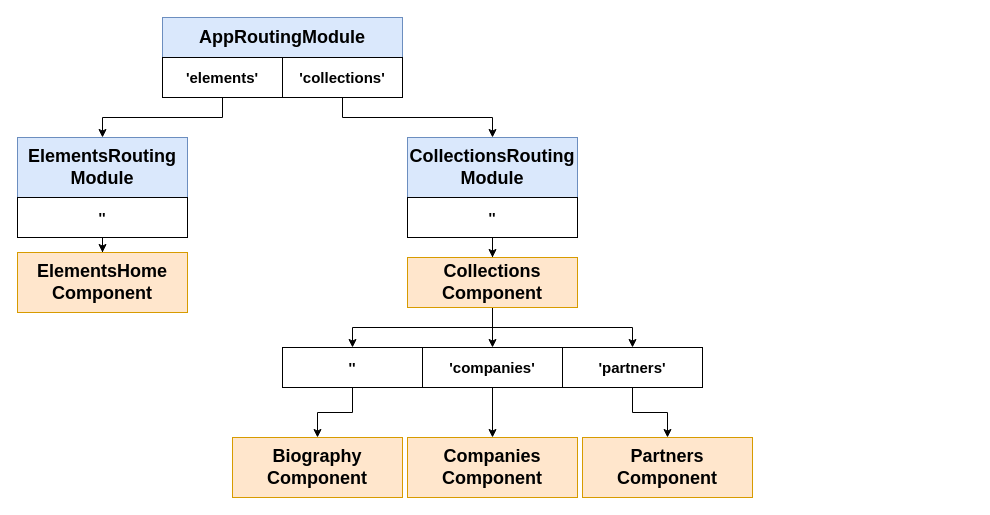
The draw.io diagram page "11 - router" (7 of 12) of diagrams/comps/diagrams-collections.drawio in StephenGrider/ng-casts, before the edit. Source tidied: cells renumbered, new cells numbered last; positions are measured from the earlier drawing's top-left corner, leaving out a move shared by most shapes. Both pictures are drawn from the tidied source at 100%, with x=0, y=0 at pixel (17, 17).
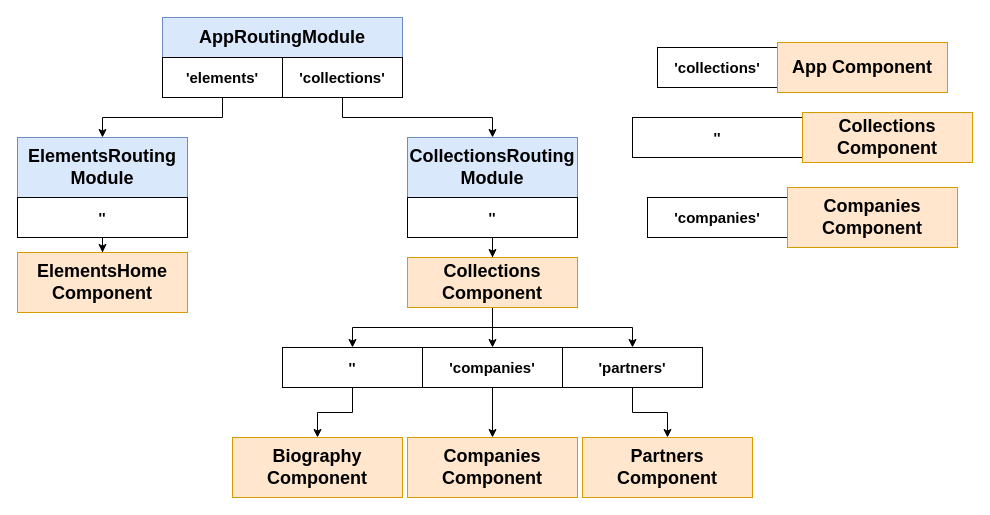
After the change.

The edit, as a diff of the source:
```diff
@@
+    <mxCell id="27" value="'collections'" style="rounded=0;whiteSpace=wrap;html=1;fontSize=15;align=center;fontStyle=1;" parent="1" vertex="1">
+      <mxGeometry x="640" y="30" width="120" height="40" as="geometry" />
+    </mxCell>
+    <mxCell id="28" value="''" style="rounded=0;whiteSpace=wrap;html=1;fontSize=15;align=center;fontStyle=1;" parent="1" vertex="1">
+      <mxGeometry x="615" y="100" width="170" height="40" as="geometry" />
+    </mxCell>
+    <mxCell id="29" value="'companies'" style="rounded=0;whiteSpace=wrap;html=1;fontSize=15;align=center;fontStyle=1;" parent="1" vertex="1">
+      <mxGeometry x="630" y="180" width="140" height="40" as="geometry" />
+    </mxCell>
+    <mxCell id="30" value="Companies Component" style="rounded=0;whiteSpace=wrap;html=1;fontSize=18;align=center;fillColor=#ffe6cc;strokeColor=#d79b00;fontStyle=1;" parent="1" vertex="1">
+      <mxGeometry x="770" y="170" width="170" height="60" as="geometry" />
+    </mxCell>
+    <mxCell id="31" value="Collections Component" style="rounded=0;whiteSpace=wrap;html=1;fontSize=18;align=center;fillColor=#ffe6cc;strokeColor=#d79b00;fontStyle=1;" parent="1" vertex="1">
+      <mxGeometry x="785" y="95" width="170" height="50" as="geometry" />
+    </mxCell>
+    <mxCell id="32" value="App Component" style="rounded=0;whiteSpace=wrap;html=1;fontSize=18;align=center;fillColor=#ffe6cc;strokeColor=#d79b00;fontStyle=1;" parent="1" vertex="1">
+      <mxGeometry x="760" y="25" width="170" height="50" as="geometry" />
+    </mxCell>
```
